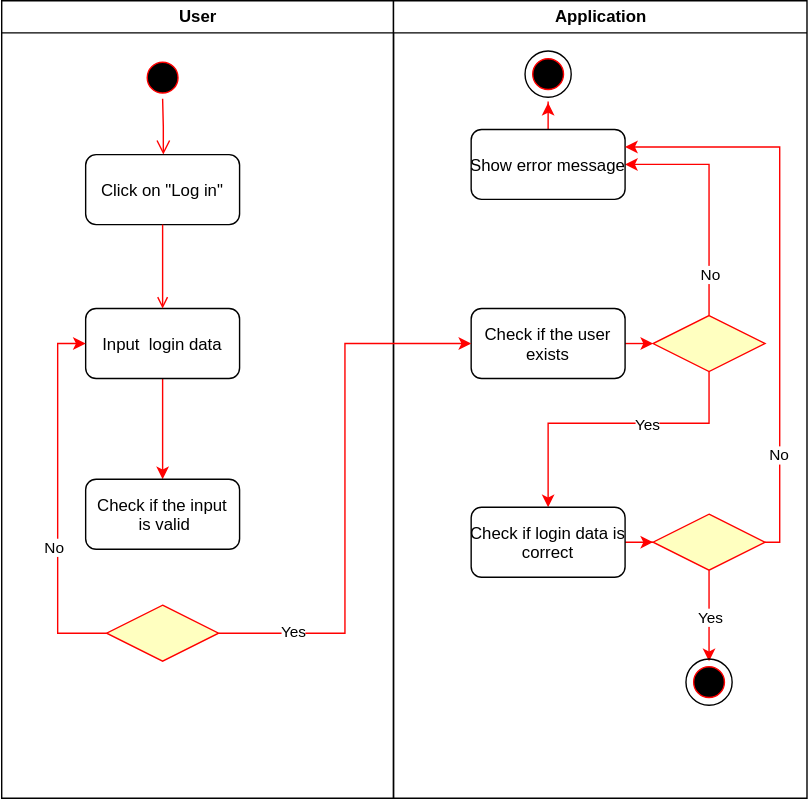
Earlier version of the draw.io export Documentation/diagrams/Login_Activity_Diagram.svg (SE-TINF22B6/Statify). Source tidied: cells renumbered, new cells last; positions are measured from the earlier drawing's top-left corner, leaving out a move shared by most shapes.
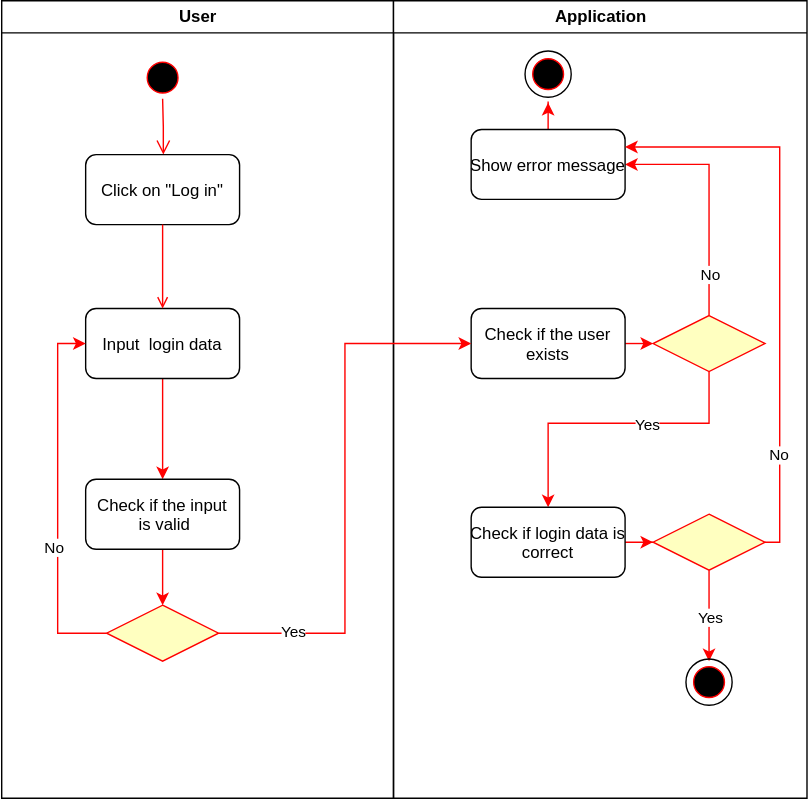
Later version of the same file.

Change to the diagram source:
```diff
@@ -23,6 +23,9 @@
     <mxCell id="8" style="endArrow=open;strokeColor=#FF0000;endFill=1;rounded=0;" parent="2" edge="1" source="5" target="7">
       <mxGeometry relative="1" as="geometry" />
     </mxCell>
+    <mxCell id="38" style="edgeStyle=orthogonalEdgeStyle;rounded=0;jettySize=auto;html=1;exitX=0.5;exitY=1;exitDx=0;exitDy=0;entryX=0.5;entryY=0;entryDx=0;entryDy=0;strokeColor=#ff0000;" parent="2" edge="1" source="9" target="12">
+      <mxGeometry relative="1" as="geometry" />
+    </mxCell>
     <mxCell id="9" value="Check if the input&#10; is valid" style="rounded=1;" parent="2" vertex="1">
       <mxGeometry x="60" y="342" width="110" height="50" as="geometry" />
     </mxCell>
```
